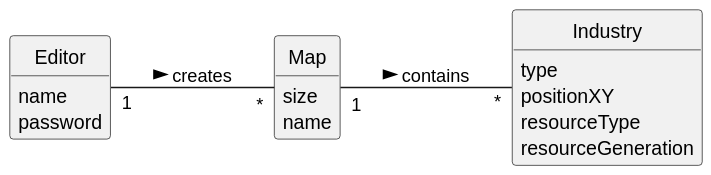
Earlier version of the PlantUML export Sprint2/US002/02.analysis/svg/US002-DM.svg (1240935/pi2-railway-simulator). Source of this version:
```plantuml
@startuml
skinparam monochrome true
skinparam packageStyle rectangle
skinparam shadowing false
skinparam classAttributeIconSize 0
hide circle
hide methods

left to right direction

class Editor {
    name
    password
}

class Map {
    size
    name
}

class Industry {
    type
    positionXY
    resourceType
    resourceGeneration
}

Editor "1" -- "*" Map: creates >
Map "1" -- "*" Industry: contains >
@enduml
```
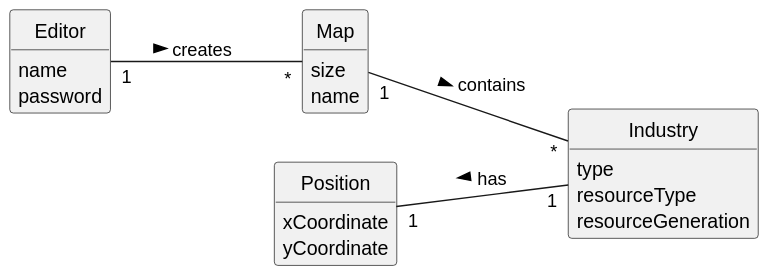
After the change.

The edit, as a diff of the source:
```diff
@@ -20,11 +20,16 @@
 
 class Industry {
     type
-    positionXY
     resourceType
     resourceGeneration
 }
 
+class Position{
+    xCoordinate
+    yCoordinate
+}
+
 Editor "1" -- "*" Map: creates >
 Map "1" -- "*" Industry: contains >
+Position "1" -- "1" Industry: has <
 @enduml
```
